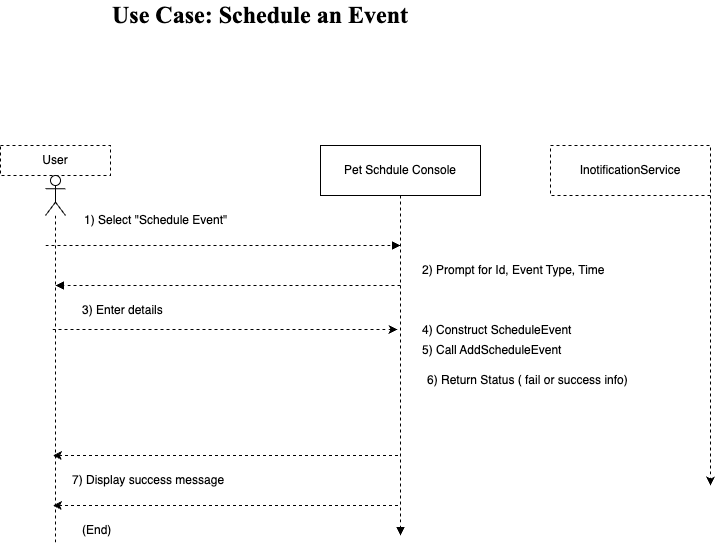
Above: Schedule an Event Use Case.png in bromroy/CS690-PetSchedule.App (draw.io), before the change. Source tidied: cells renumbered, new cells last; positions are measured from the earlier drawing's top-left corner, leaving out a move shared by most shapes.
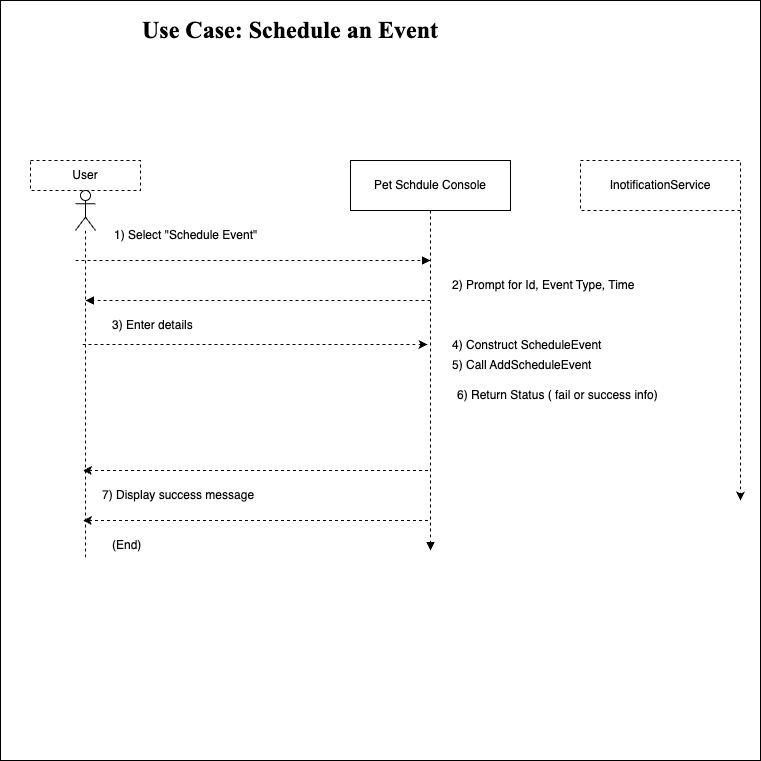
Later version of the same file.

Change to the diagram source:
```diff
@@ -2,6 +2,9 @@
   <root>
     <mxCell id="0" />
     <mxCell id="1" parent="0" />
+    <mxCell id="22" style="whiteSpace=wrap;html=1;" parent="1" vertex="1">
+      <mxGeometry x="-30" y="-15" width="760" height="760" as="geometry" />
+    </mxCell>
     <mxCell id="2" value="User" style="html=1;whiteSpace=wrap;dashed=1;" parent="1" vertex="1">
       <mxGeometry y="145" width="110" height="30" as="geometry" />
     </mxCell>
```
